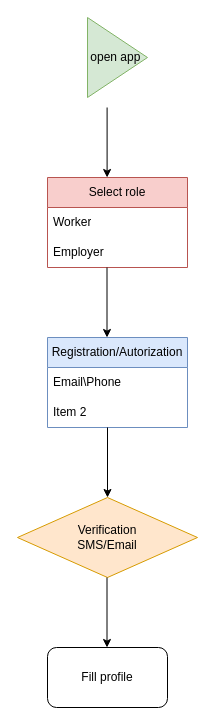
This is page "Start App" (1 of 5) of ProcessDiagram.drawio from belovedwik/TaskGo-Doc, a draw.io file, before an edit. Source tidied: cells renumbered, new cells numbered last; positions are measured from the earlier drawing's top-left corner, leaving out a move shared by most shapes. Both pictures are drawn from the tidied source at 100%, with x=0, y=0 at pixel (17, 17).
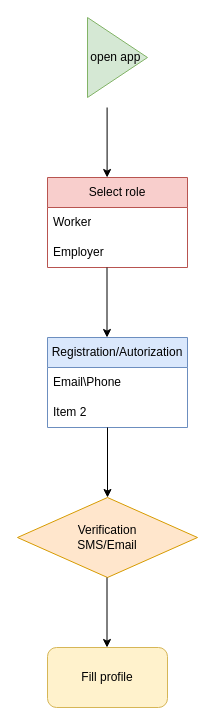
The same diagram, later.

The edit, as a diff of the source:
```diff
@@
 <mxGraphModel>
   <root>
     <mxCell id="0" />
     <mxCell id="1" parent="0" />
     <mxCell id="2" value="open app&amp;nbsp;" style="triangle;whiteSpace=wrap;html=1;fillColor=#d5e8d4;strokeColor=#82b366;" parent="1" vertex="1">
       <mxGeometry x="70" width="60" height="80" as="geometry" />
     </mxCell>
     <mxCell id="3" value="Select role" style="swimlane;fontStyle=0;horizontal=1;startSize=30;whiteSpace=wrap;html=1;fillColor=#f8cecc;strokeColor=#b85450;" parent="1" vertex="1">
       <mxGeometry x="30" y="160" width="140" height="90" as="geometry" />
     </mxCell>
     <mxCell id="4" value="Worker" style="text;strokeColor=none;fillColor=none;align=left;verticalAlign=middle;spacingLeft=4;spacingRight=4;overflow=hidden;whiteSpace=wrap;html=1;" parent="3" vertex="1">
       <mxGeometry y="30" width="140" height="30" as="geometry" />
     </mxCell>
     <mxCell id="5" value="Employer" style="text;strokeColor=none;fillColor=none;align=left;verticalAlign=middle;spacingLeft=4;spacingRight=4;overflow=hidden;whiteSpace=wrap;html=1;" parent="3" vertex="1">
       <mxGeometry y="60" width="140" height="30" as="geometry" />
     </mxCell>
     <mxCell id="6" style="endArrow=classic;html=1;rounded=0;" parent="1" edge="1">
       <mxGeometry relative="1" as="geometry">
         <mxPoint x="89.5" y="250" as="sourcePoint" />
         <mxPoint x="89.5" y="320" as="targetPoint" />
       </mxGeometry>
     </mxCell>
     <mxCell id="7" value="Registration/Autorization" style="swimlane;fontStyle=0;horizontal=1;startSize=30;whiteSpace=wrap;html=1;fillColor=#dae8fc;strokeColor=#6c8ebf;" parent="1" vertex="1">
       <mxGeometry x="30" y="320" width="140" height="90" as="geometry" />
     </mxCell>
     <mxCell id="8" value="Email\Phone" style="text;strokeColor=none;fillColor=none;align=left;verticalAlign=middle;spacingLeft=4;spacingRight=4;overflow=hidden;whiteSpace=wrap;html=1;" parent="7" vertex="1">
       <mxGeometry y="30" width="140" height="30" as="geometry" />
     </mxCell>
     <mxCell id="9" value="Item 2" style="text;strokeColor=none;fillColor=none;align=left;verticalAlign=middle;spacingLeft=4;spacingRight=4;overflow=hidden;whiteSpace=wrap;html=1;" parent="7" vertex="1">
       <mxGeometry y="60" width="140" height="30" as="geometry" />
     </mxCell>
     <mxCell id="10" style="endArrow=classic;html=1;rounded=0;" parent="1" edge="1">
       <mxGeometry relative="1" as="geometry">
         <mxPoint x="90" y="410" as="sourcePoint" />
         <mxPoint x="90" y="480" as="targetPoint" />
       </mxGeometry>
     </mxCell>
     <mxCell id="11" value="Verification&lt;br&gt;SMS/Email" style="rhombus;whiteSpace=wrap;html=1;fillColor=#ffe6cc;strokeColor=#d79b00;" parent="1" vertex="1">
       <mxGeometry y="480" width="180" height="80" as="geometry" />
     </mxCell>
     <mxCell id="12" style="endArrow=classic;html=1;rounded=0;" parent="1" edge="1">
       <mxGeometry relative="1" as="geometry">
         <mxPoint x="89.5" y="560" as="sourcePoint" />
         <mxPoint x="89.5" y="630" as="targetPoint" />
       </mxGeometry>
     </mxCell>
-    <mxCell id="13" value="Fill profile" style="rounded=1;whiteSpace=wrap;html=1;" parent="1" vertex="1">
+    <mxCell id="13" value="Fill profile" style="rounded=1;whiteSpace=wrap;html=1;fillColor=#fff2cc;strokeColor=#d6b656;" parent="1" vertex="1">
       <mxGeometry x="30" y="630" width="120" height="60" as="geometry" />
     </mxCell>
     <mxCell id="14" style="endArrow=classic;html=1;rounded=0;" parent="1" edge="1">
       <mxGeometry relative="1" as="geometry">
         <mxPoint x="89.6" y="90" as="sourcePoint" />
         <mxPoint x="89.6" y="160" as="targetPoint" />
       </mxGeometry>
     </mxCell>
   </root>
 </mxGraphModel>
```
